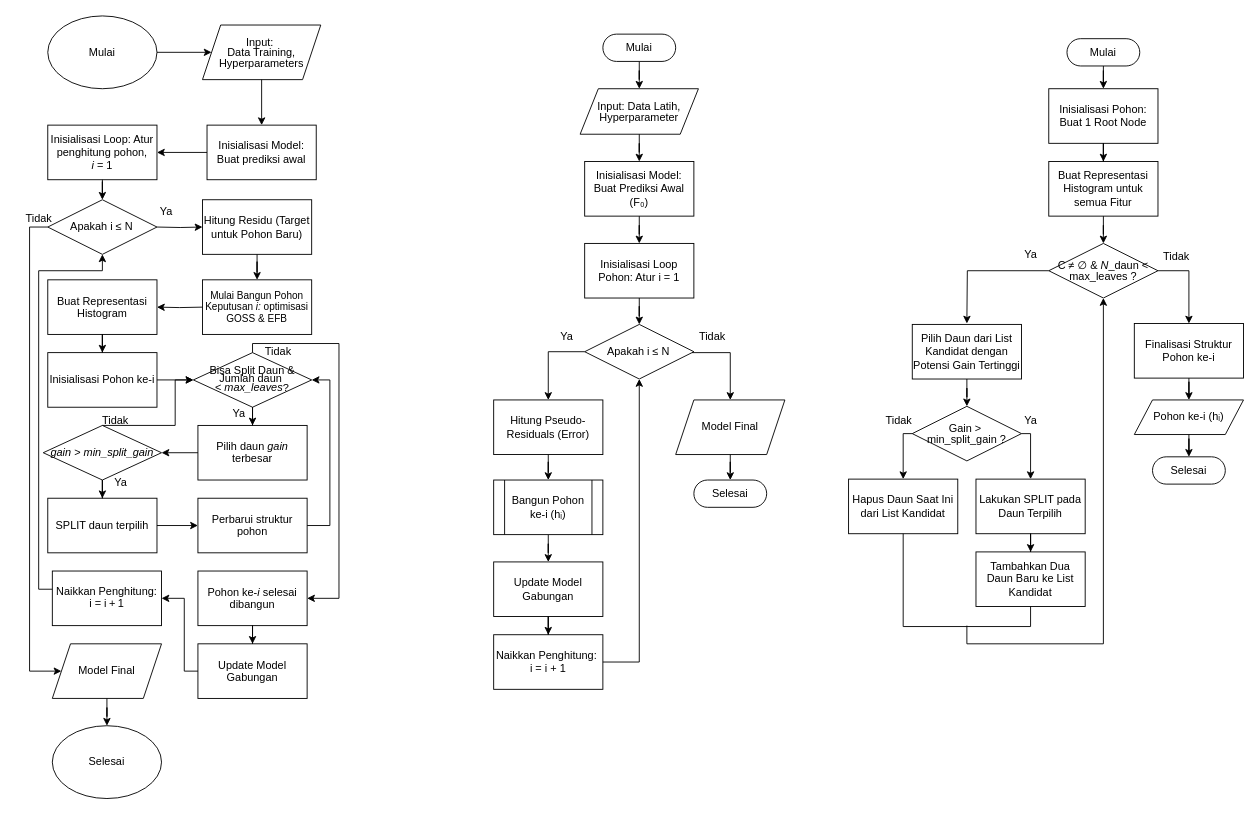
The draw.io diagram diagrams/Flowchart LGBM 2 .drawio in fadhilra101/skripsi, before the edit. Source tidied: cells renumbered, new cells numbered last; positions are measured from the earlier drawing's top-left corner, leaving out a move shared by most shapes. Both pictures are drawn from the tidied source at 91%, with x=0, y=0 at pixel (15, 15).
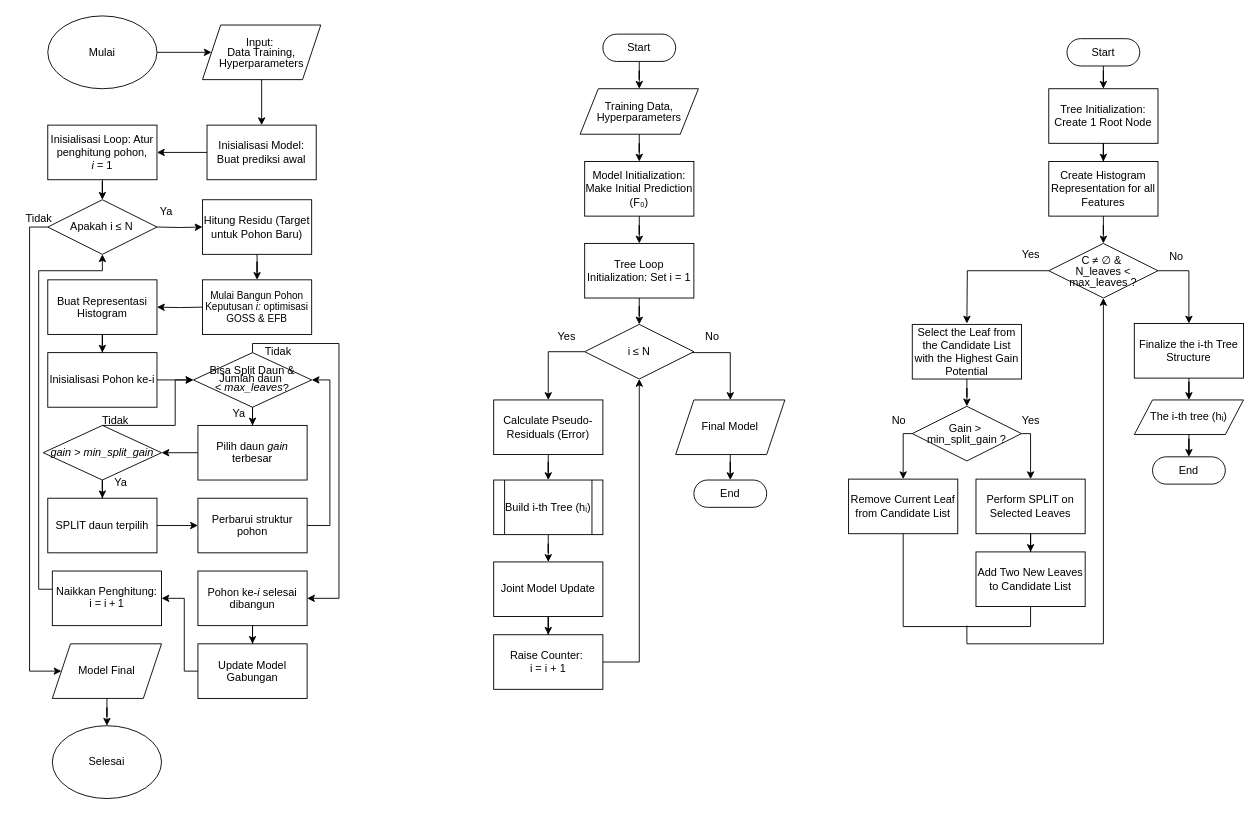
Above is the later version.

Change to the diagram source:
```diff
@@
-    <mxCell id="49" value="Mulai" style="html=1;dashed=0;whiteSpace=wrap;shape=mxgraph.dfd.start;" parent="1" vertex="1">
+    <mxCell id="49" value="Start" style="html=1;dashed=0;whiteSpace=wrap;shape=mxgraph.dfd.start;" parent="1" vertex="1">
       <mxGeometry x="645" y="20" width="80" height="30" as="geometry" />
     </mxCell>
@@
-    <mxCell id="51" value="&lt;div style=&quot;line-height: 100%;&quot;&gt;Input: Data Latih, Hyperparameter&lt;/div&gt;" style="shape=parallelogram;perimeter=parallelogramPerimeter;whiteSpace=wrap;html=1;fixedSize=1;strokeColor=default;align=center;verticalAlign=middle;fontFamily=Helvetica;fontSize=12;fontColor=default;fillColor=none;" parent="1" vertex="1">
+    <mxCell id="51" value="&lt;div style=&quot;line-height: 100%;&quot;&gt;Training Data, Hyperparameters&lt;/div&gt;" style="shape=parallelogram;perimeter=parallelogramPerimeter;whiteSpace=wrap;html=1;fixedSize=1;strokeColor=default;align=center;verticalAlign=middle;fontFamily=Helvetica;fontSize=12;fontColor=default;fillColor=none;" parent="1" vertex="1">
       <mxGeometry x="620" y="80" width="130" height="50" as="geometry" />
     </mxCell>
@@
-    <mxCell id="53" value="Inisialisasi Model: Buat Prediksi Awal (F₀)" style="rounded=0;whiteSpace=wrap;html=1;strokeColor=default;align=center;verticalAlign=middle;fontFamily=Helvetica;fontSize=12;fontColor=default;fillColor=none;" parent="1" vertex="1">
+    <mxCell id="53" value="Model Initialization: Make Initial Prediction (F₀)" style="rounded=0;whiteSpace=wrap;html=1;strokeColor=default;align=center;verticalAlign=middle;fontFamily=Helvetica;fontSize=12;fontColor=default;fillColor=none;" parent="1" vertex="1">
       <mxGeometry x="625" y="160" width="120" height="60" as="geometry" />
     </mxCell>
@@
-    <mxCell id="55" value="Inisialisasi Loop Pohon: Atur i = 1" style="rounded=0;whiteSpace=wrap;html=1;strokeColor=default;align=center;verticalAlign=middle;fontFamily=Helvetica;fontSize=12;fontColor=default;fillColor=none;" parent="1" vertex="1">
+    <mxCell id="55" value="Tree Loop Initialization: Set i = 1" style="rounded=0;whiteSpace=wrap;html=1;strokeColor=default;align=center;verticalAlign=middle;fontFamily=Helvetica;fontSize=12;fontColor=default;fillColor=none;" parent="1" vertex="1">
       <mxGeometry x="625" y="250" width="120" height="60" as="geometry" />
     </mxCell>
@@
-    <mxCell id="58" value="Apakah &lt;span class=&quot;katex&quot;&gt;&lt;span aria-hidden=&quot;true&quot; class=&quot;katex-html&quot;&gt;&lt;span class=&quot;base&quot;&gt;&lt;span style=&quot;height: 0.7955em; vertical-align: -0.136em;&quot; class=&quot;strut&quot;&gt;&lt;/span&gt;&lt;span class=&quot;mord mathnormal&quot;&gt;i&lt;/span&gt;&lt;span style=&quot;margin-right: 0.2778em;&quot; class=&quot;mspace&quot;&gt;&lt;/span&gt;&lt;span class=&quot;mrel&quot;&gt;≤&lt;/span&gt;&lt;span style=&quot;margin-right: 0.2778em;&quot; class=&quot;mspace&quot;&gt;&lt;/span&gt;&lt;/span&gt;&lt;span class=&quot;base&quot;&gt;&lt;span style=&quot;height: 0.6833em;&quot; class=&quot;strut&quot;&gt;&lt;/span&gt;&lt;span style=&quot;margin-right: 0.109em;&quot; class=&quot;mord mathnormal&quot;&gt;N&lt;/span&gt;&lt;/span&gt;&lt;/span&gt;&lt;/span&gt;" style="rhombus;whiteSpace=wrap;html=1;fillColor=none;" parent="1" vertex="1">
+    <mxCell id="58" value="i ≤ N" style="rhombus;whiteSpace=wrap;html=1;fillColor=none;" parent="1" vertex="1">
       <mxGeometry x="625" y="339" width="120" height="60" as="geometry" />
     </mxCell>
@@
-    <mxCell id="60" value="Hitung Pseudo-Residuals (Error)" style="rounded=0;whiteSpace=wrap;html=1;strokeColor=default;align=center;verticalAlign=middle;fontFamily=Helvetica;fontSize=12;fontColor=default;fillColor=none;" parent="1" vertex="1">
+    <mxCell id="60" value="Calculate Pseudo-Residuals (Error)" style="rounded=0;whiteSpace=wrap;html=1;strokeColor=default;align=center;verticalAlign=middle;fontFamily=Helvetica;fontSize=12;fontColor=default;fillColor=none;" parent="1" vertex="1">
       <mxGeometry x="525" y="422" width="120" height="60" as="geometry" />
     </mxCell>
@@
-    <mxCell id="62" value="Bangun Pohon ke-i (hᵢ)" style="shape=process;whiteSpace=wrap;html=1;backgroundOutline=1;" parent="1" vertex="1">
+    <mxCell id="62" value="Build i-th Tree (hᵢ)" style="shape=process;whiteSpace=wrap;html=1;backgroundOutline=1;" parent="1" vertex="1">
       <mxGeometry x="525" y="510" width="120" height="60" as="geometry" />
     </mxCell>
@@
-    <mxCell id="64" value="Update Model Gabungan" style="rounded=0;whiteSpace=wrap;html=1;strokeColor=default;align=center;verticalAlign=middle;fontFamily=Helvetica;fontSize=12;fontColor=default;fillColor=none;" parent="1" vertex="1">
+    <mxCell id="64" value="Joint Model Update" style="rounded=0;whiteSpace=wrap;html=1;strokeColor=default;align=center;verticalAlign=middle;fontFamily=Helvetica;fontSize=12;fontColor=default;fillColor=none;" parent="1" vertex="1">
       <mxGeometry x="525" y="600" width="120" height="60" as="geometry" />
     </mxCell>
@@
-    <mxCell id="66" value="Naikkan Penghitung:&amp;nbsp;&lt;div&gt;i = i + 1&lt;/div&gt;" style="rounded=0;whiteSpace=wrap;html=1;strokeColor=default;align=center;verticalAlign=middle;fontFamily=Helvetica;fontSize=12;fontColor=default;fillColor=none;" parent="1" vertex="1">
+    <mxCell id="66" value="&lt;div&gt;Raise Counter:&amp;nbsp;&lt;/div&gt;&lt;div&gt;i = i + 1&lt;/div&gt;" style="rounded=0;whiteSpace=wrap;html=1;strokeColor=default;align=center;verticalAlign=middle;fontFamily=Helvetica;fontSize=12;fontColor=default;fillColor=none;" parent="1" vertex="1">
       <mxGeometry x="525" y="680" width="120" height="60" as="geometry" />
     </mxCell>
@@
-    <mxCell id="68" value="Model Final" style="shape=parallelogram;perimeter=parallelogramPerimeter;whiteSpace=wrap;html=1;fixedSize=1;strokeColor=default;align=center;verticalAlign=middle;fontFamily=Helvetica;fontSize=12;fontColor=default;fillColor=none;" parent="1" vertex="1">
+    <mxCell id="68" value="Final Model" style="shape=parallelogram;perimeter=parallelogramPerimeter;whiteSpace=wrap;html=1;fixedSize=1;strokeColor=default;align=center;verticalAlign=middle;fontFamily=Helvetica;fontSize=12;fontColor=default;fillColor=none;" parent="1" vertex="1">
       <mxGeometry x="725" y="422" width="120" height="60" as="geometry" />
     </mxCell>
-    <mxCell id="69" value="Selesai" style="html=1;dashed=0;whiteSpace=wrap;shape=mxgraph.dfd.start;" parent="1" vertex="1">
+    <mxCell id="69" value="End" style="html=1;dashed=0;whiteSpace=wrap;shape=mxgraph.dfd.start;" parent="1" vertex="1">
       <mxGeometry x="745" y="510" width="80" height="30" as="geometry" />
     </mxCell>
-    <mxCell id="70" value="Ya" style="text;html=1;align=center;verticalAlign=middle;strokeColor=none;fillColor=none;" parent="1" vertex="1">
+    <mxCell id="70" value="Yes" style="text;html=1;align=center;verticalAlign=middle;strokeColor=none;fillColor=none;" parent="1" vertex="1">
       <mxGeometry x="585" y="338" width="40" height="30" as="geometry" />
     </mxCell>
-    <mxCell id="71" value="Tidak" style="text;html=1;align=center;verticalAlign=middle;strokeColor=none;fillColor=none;" parent="1" vertex="1">
-      <mxGeometry x="740" y="338" width="50" height="30" as="geometry" />
+    <mxCell id="71" value="No" style="text;html=1;align=center;verticalAlign=middle;strokeColor=none;fillColor=none;" parent="1" vertex="1">
+      <mxGeometry x="745" y="338" width="40" height="30" as="geometry" />
     </mxCell>
@@
-    <mxCell id="73" value="Mulai" style="html=1;dashed=0;whiteSpace=wrap;shape=mxgraph.dfd.start;" parent="1" vertex="1">
+    <mxCell id="73" value="Start" style="html=1;dashed=0;whiteSpace=wrap;shape=mxgraph.dfd.start;" parent="1" vertex="1">
       <mxGeometry x="1155" y="25" width="80" height="30" as="geometry" />
     </mxCell>
@@
-    <mxCell id="75" value="Inisialisasi Pohon: Buat 1 Root Node" style="rounded=0;whiteSpace=wrap;html=1;strokeColor=default;align=center;verticalAlign=middle;fontFamily=Helvetica;fontSize=12;fontColor=default;fillColor=none;" parent="1" vertex="1">
+    <mxCell id="75" value="Tree Initialization: Create 1 Root Node" style="rounded=0;whiteSpace=wrap;html=1;strokeColor=default;align=center;verticalAlign=middle;fontFamily=Helvetica;fontSize=12;fontColor=default;fillColor=none;" parent="1" vertex="1">
       <mxGeometry x="1135" y="80" width="120" height="60" as="geometry" />
     </mxCell>
@@
-    <mxCell id="77" value="Buat Representasi Histogram untuk semua Fitur" style="rounded=0;whiteSpace=wrap;html=1;strokeColor=default;align=center;verticalAlign=middle;fontFamily=Helvetica;fontSize=12;fontColor=default;fillColor=none;" parent="1" vertex="1">
+    <mxCell id="77" value="Create Histogram Representation for all Features" style="rounded=0;whiteSpace=wrap;html=1;strokeColor=default;align=center;verticalAlign=middle;fontFamily=Helvetica;fontSize=12;fontColor=default;fillColor=none;" parent="1" vertex="1">
       <mxGeometry x="1135" y="160" width="120" height="60" as="geometry" />
     </mxCell>
@@
-    <mxCell id="81" value="&lt;div style=&quot;line-height: 100%;&quot;&gt;C ≠ ∅ &amp;amp; &lt;i&gt;N&lt;/i&gt;_daun &amp;lt; max_leaves ?&lt;/div&gt;" style="rhombus;whiteSpace=wrap;html=1;fillColor=none;" parent="1" vertex="1">
+    <mxCell id="81" value="&lt;div style=&quot;line-height: 100%;&quot;&gt;C ≠ ∅ &amp;amp;&amp;nbsp;&lt;/div&gt;&lt;div style=&quot;line-height: 100%;&quot;&gt;N_leaves &amp;lt; max_leaves ?&lt;/div&gt;" style="rhombus;whiteSpace=wrap;html=1;fillColor=none;" parent="1" vertex="1">
       <mxGeometry x="1135" y="250" width="120" height="60" as="geometry" />
     </mxCell>
@@
-    <mxCell id="83" value=" Pilih Daun dari List Kandidat dengan Potensi Gain Tertinggi" style="rounded=0;whiteSpace=wrap;html=1;strokeColor=default;align=center;verticalAlign=middle;fontFamily=Helvetica;fontSize=12;fontColor=default;fillColor=none;" parent="1" vertex="1">
+    <mxCell id="83" value="Select the Leaf from the Candidate List with the Highest Gain Potential" style="rounded=0;whiteSpace=wrap;html=1;strokeColor=default;align=center;verticalAlign=middle;fontFamily=Helvetica;fontSize=12;fontColor=default;fillColor=none;" parent="1" vertex="1">
       <mxGeometry x="985" y="339" width="120" height="60" as="geometry" />
     </mxCell>
@@
-    <mxCell id="88" value=" Lakukan SPLIT pada Daun Terpilih" style="rounded=0;whiteSpace=wrap;html=1;strokeColor=default;align=center;verticalAlign=middle;fontFamily=Helvetica;fontSize=12;fontColor=default;fillColor=none;" parent="1" vertex="1">
+    <mxCell id="88" value="Perform SPLIT on Selected Leaves" style="rounded=0;whiteSpace=wrap;html=1;strokeColor=default;align=center;verticalAlign=middle;fontFamily=Helvetica;fontSize=12;fontColor=default;fillColor=none;" parent="1" vertex="1">
       <mxGeometry x="1055" y="509" width="120" height="60" as="geometry" />
     </mxCell>
-    <mxCell id="89" value=" Tambahkan Dua Daun Baru ke List Kandidat" style="rounded=0;whiteSpace=wrap;html=1;strokeColor=default;align=center;verticalAlign=middle;fontFamily=Helvetica;fontSize=12;fontColor=default;fillColor=none;" parent="1" vertex="1">
+    <mxCell id="89" value="Add Two New Leaves to Candidate List" style="rounded=0;whiteSpace=wrap;html=1;strokeColor=default;align=center;verticalAlign=middle;fontFamily=Helvetica;fontSize=12;fontColor=default;fillColor=none;" parent="1" vertex="1">
       <mxGeometry x="1055" y="589" width="120" height="60" as="geometry" />
     </mxCell>
@@
-    <mxCell id="91" value=" Hapus Daun Saat Ini dari List Kandidat" style="rounded=0;whiteSpace=wrap;html=1;strokeColor=default;align=center;verticalAlign=middle;fontFamily=Helvetica;fontSize=12;fontColor=default;fillColor=none;" parent="1" vertex="1">
+    <mxCell id="91" value="Remove Current Leaf from Candidate List" style="rounded=0;whiteSpace=wrap;html=1;strokeColor=default;align=center;verticalAlign=middle;fontFamily=Helvetica;fontSize=12;fontColor=default;fillColor=none;" parent="1" vertex="1">
       <mxGeometry x="915" y="509" width="120" height="60" as="geometry" />
     </mxCell>
@@
-    <mxCell id="93" value=" Finalisasi Struktur Pohon ke-i" style="rounded=0;whiteSpace=wrap;html=1;strokeColor=default;align=center;verticalAlign=middle;fontFamily=Helvetica;fontSize=12;fontColor=default;fillColor=none;" parent="1" vertex="1">
+    <mxCell id="93" value="Finalize the i-th Tree Structure" style="rounded=0;whiteSpace=wrap;html=1;strokeColor=default;align=center;verticalAlign=middle;fontFamily=Helvetica;fontSize=12;fontColor=default;fillColor=none;" parent="1" vertex="1">
       <mxGeometry x="1229" y="338" width="120" height="60" as="geometry" />
     </mxCell>
@@
-    <mxCell id="95" value="Pohon ke-i (hᵢ)" style="shape=parallelogram;perimeter=parallelogramPerimeter;whiteSpace=wrap;html=1;fixedSize=1;strokeColor=default;align=center;verticalAlign=middle;fontFamily=Helvetica;fontSize=12;fontColor=default;fillColor=none;" parent="1" vertex="1">
+    <mxCell id="95" value="The i-th tree (hᵢ)" style="shape=parallelogram;perimeter=parallelogramPerimeter;whiteSpace=wrap;html=1;fixedSize=1;strokeColor=default;align=center;verticalAlign=middle;fontFamily=Helvetica;fontSize=12;fontColor=default;fillColor=none;" parent="1" vertex="1">
       <mxGeometry x="1229" y="422" width="120" height="38" as="geometry" />
     </mxCell>
-    <mxCell id="96" value="Selesai" style="html=1;dashed=0;whiteSpace=wrap;shape=mxgraph.dfd.start;" parent="1" vertex="1">
+    <mxCell id="96" value="End" style="html=1;dashed=0;whiteSpace=wrap;shape=mxgraph.dfd.start;" parent="1" vertex="1">
       <mxGeometry x="1249" y="484.5" width="80" height="30" as="geometry" />
     </mxCell>
-    <mxCell id="97" value="Ya" style="text;html=1;align=center;verticalAlign=middle;strokeColor=none;fillColor=none;" parent="1" vertex="1">
+    <mxCell id="97" value="Yes" style="text;html=1;align=center;verticalAlign=middle;strokeColor=none;fillColor=none;" parent="1" vertex="1">
       <mxGeometry x="1095" y="248" width="40" height="30" as="geometry" />
     </mxCell>
-    <mxCell id="98" value="Tidak" style="text;html=1;align=center;verticalAlign=middle;strokeColor=none;fillColor=none;" parent="1" vertex="1">
-      <mxGeometry x="1250" y="250" width="50" height="30" as="geometry" />
+    <mxCell id="98" value="No" style="text;html=1;align=center;verticalAlign=middle;strokeColor=none;fillColor=none;" parent="1" vertex="1">
+      <mxGeometry x="1255" y="250" width="40" height="30" as="geometry" />
     </mxCell>
-    <mxCell id="99" value="Ya" style="text;html=1;align=center;verticalAlign=middle;strokeColor=none;fillColor=none;" parent="1" vertex="1">
+    <mxCell id="99" value="Yes" style="text;html=1;align=center;verticalAlign=middle;strokeColor=none;fillColor=none;" parent="1" vertex="1">
       <mxGeometry x="1095" y="430" width="40" height="30" as="geometry" />
     </mxCell>
-    <mxCell id="100" value="Tidak" style="text;html=1;align=center;verticalAlign=middle;strokeColor=none;fillColor=none;" parent="1" vertex="1">
-      <mxGeometry x="945" y="430" width="50" height="30" as="geometry" />
+    <mxCell id="100" value="No" style="text;html=1;align=center;verticalAlign=middle;strokeColor=none;fillColor=none;" parent="1" vertex="1">
+      <mxGeometry x="950" y="430" width="40" height="30" as="geometry" />
     </mxCell>
```
